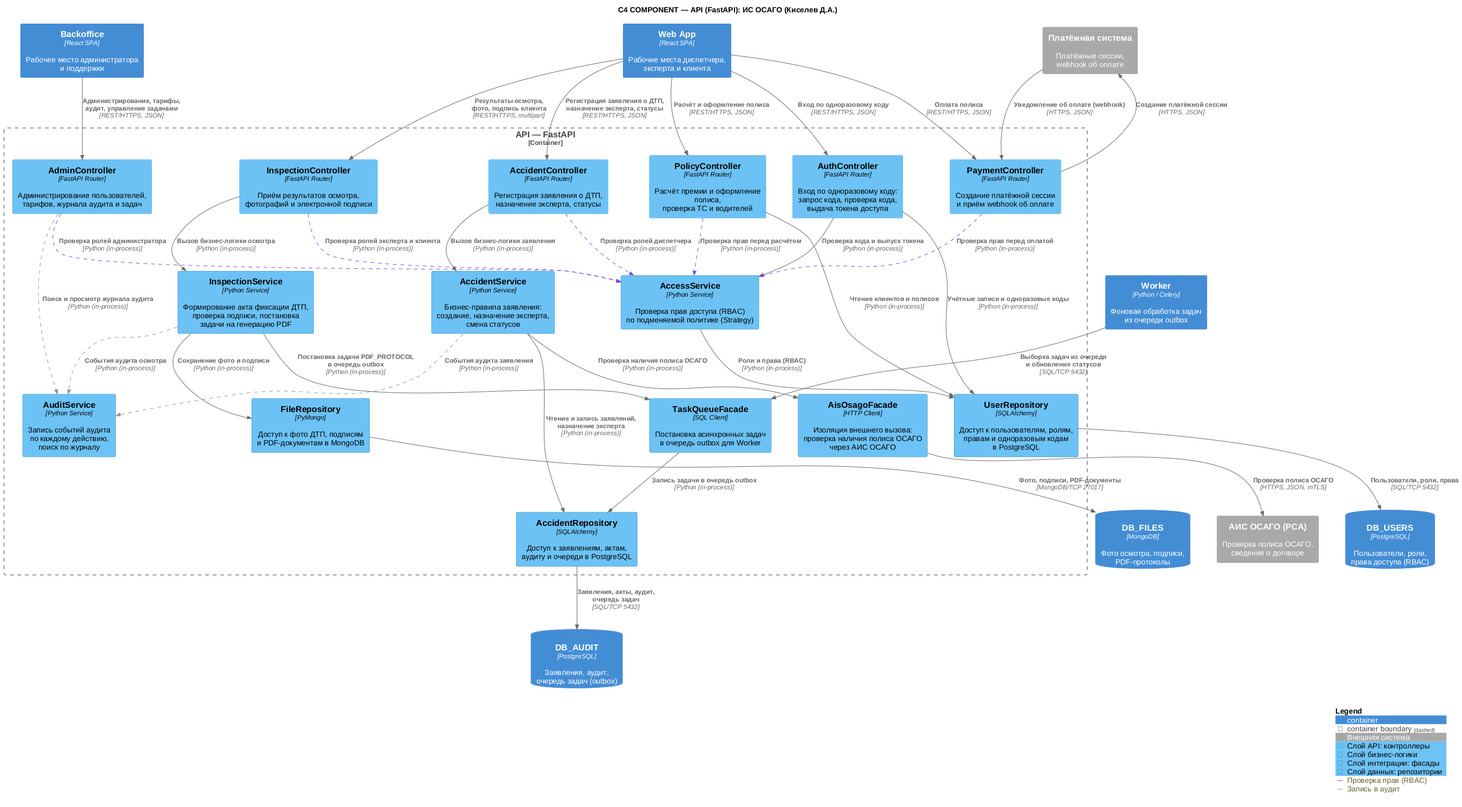
This is architecture/docs/images/kiselev_api/L3_component.png from ElectricLight-ELO/Insurance-system, a PlantUML export, as it was before one commit. Source of this version:
```plantuml
@startuml
!include ../core/C4_Component.puml

title C4 COMPONENT — API (FastAPI): ИС ОСАГО (Киселев Д.А.)

Container(web_app, "Web App", "React SPA", "Рабочие места диспетчера,\nэксперта и клиента")
Container(backoffice, "Backoffice", "React SPA", "Рабочее место администратора\nи поддержки")
Container(worker, "Worker", "Python / Celery", "Фоновая обработка задач\nиз очереди outbox")

Container_Boundary(api, "API — FastAPI") {

    Component(auth_comp, "AuthController", "FastAPI Router", "Вход по одноразовому коду:\nзапрос кода, проверка кода,\nвыдача токена доступа", $tags="layer_api")
    Component(access_comp, "AccessService", "Python Service", "Проверка прав доступа (RBAC)\nпо подменяемой политике (Strategy)", $tags="layer_service")
    Component(policy_comp, "PolicyController", "FastAPI Router", "Расчёт премии и оформление полиса,\nпроверка ТС и водителей", $tags="layer_api")
    Component(payment_comp, "PaymentController", "FastAPI Router", "Создание платёжной сессии\nи приём webhook об оплате", $tags="layer_api")
    Component(accident_comp, "AccidentController", "FastAPI Router", "Регистрация заявления о ДТП,\nназначение эксперта, статусы", $tags="layer_api")
    Component(inspection_comp, "InspectionController", "FastAPI Router", "Приём результатов осмотра,\nфотографий и электронной подписи", $tags="layer_api")
    Component(admin_comp, "AdminController", "FastAPI Router", "Администрирование пользователей,\nтарифов, журнала аудита и задач", $tags="layer_api")

    Component(claim_service, "AccidentService", "Python Service", "Бизнес-правила заявления:\nсоздание, назначение эксперта,\nсмена статусов", $tags="layer_service")
    Component(inspection_service, "InspectionService", "Python Service", "Формирование акта фиксации ДТП,\nпроверка подписи, постановка\nзадачи на генерацию PDF", $tags="layer_service")
    Component(audit_comp, "AuditService", "Python Service", "Запись событий аудита\nпо каждому действию,\nпоиск по журналу", $tags="layer_service")
    Component(task_queue_comp, "TaskQueueFacade", "SQL Client", "Постановка асинхронных задач\nв очередь outbox для Worker", $tags="layer_integration")
    Component(ais_gateway, "AisOsagoFacade", "HTTP Client", "Изоляция внешнего вызова:\nпроверка наличия полиса ОСАГО\nчерез АИС ОСАГО", $tags="layer_integration")

    Component(users_repo, "UserRepository", "SQLAlchemy", "Доступ к пользователям, ролям,\nправам и одноразовым кодам\nв PostgreSQL", $tags="layer_data")
    Component(claims_repo, "AccidentRepository", "SQLAlchemy", "Доступ к заявлениям, актам,\naудиту и очереди в PostgreSQL", $tags="layer_data")
    Component(files_repo, "FileRepository", "PyMongo", "Доступ к фото ДТП, подписям\nи PDF-документам в MongoDB", $tags="layer_data")
}

ContainerDb(db_users, "DB_USERS", "PostgreSQL", "Пользователи, роли,\nправа доступа (RBAC)")
ContainerDb(db_audit, "DB_AUDIT", "PostgreSQL", "Заявления, аудит,\nочередь задач (outbox)")
ContainerDb(db_files, "DB_FILES", "MongoDB", "Фото осмотра, подписи,\nPDF-протоколы")

System_Ext(ais_osago, "АИС ОСАГО (РСА)", "Проверка полиса ОСАГО,\nсведения о договоре", $tags="ext")
System_Ext(payment_sys, "Платёжная система", "Платёжные сессии,\nwebhook об оплате", $tags="ext")

Rel(web_app, auth_comp, "Вход по одноразовому коду", "REST/HTTPS, JSON")
Rel(web_app, policy_comp, "Расчёт и оформление полиса", "REST/HTTPS, JSON")
Rel(web_app, payment_comp, "Оплата полиса", "REST/HTTPS, JSON")
Rel(web_app, accident_comp, "Регистрация заявления о ДТП,\nназначение эксперта, статусы", "REST/HTTPS, JSON")
Rel(web_app, inspection_comp, "Результаты осмотра,\nфото, подпись клиента", "REST/HTTPS, multipart")
Rel(backoffice, admin_comp, "Администрирование, тарифы,\nаудит, управление задачами", "REST/HTTPS, JSON")

Rel(auth_comp, access_comp, "Проверка кода и выпуск токена", "Python (in-process)")
Rel(policy_comp, access_comp, "Проверка прав перед расчётом", "Python (in-process)", $tags="rbac")
Rel(payment_comp, access_comp, "Проверка прав перед оплатой", "Python (in-process)", $tags="rbac")
Rel(accident_comp, access_comp, "Проверка ролей диспетчера", "Python (in-process)", $tags="rbac")
Rel(inspection_comp, access_comp, "Проверка ролей эксперта и клиента", "Python (in-process)", $tags="rbac")
Rel(admin_comp, access_comp, "Проверка ролей администратора", "Python (in-process)", $tags="rbac")

Rel(accident_comp, claim_service, "Вызов бизнес-логики заявления", "Python (in-process)")
Rel(inspection_comp, inspection_service, "Вызов бизнес-логики осмотра", "Python (in-process)")
Rel(admin_comp, audit_comp, "Поиск и просмотр журнала аудита", "Python (in-process)", $tags="audit")

Rel(claim_service, ais_gateway, "Проверка наличия полиса ОСАГО", "Python (in-process)")
Rel(claim_service, claims_repo, "Чтение и запись заявлений,\nназначение эксперта", "Python (in-process)")
Rel(claim_service, audit_comp, "События аудита заявления", "Python (in-process)", $tags="audit")
Rel(inspection_service, files_repo, "Сохранение фото и подписи", "Python (in-process)")
Rel(inspection_service, task_queue_comp, "Постановка задачи PDF_PROTOCOL\nв очередь outbox", "Python (in-process)")
Rel(inspection_service, audit_comp, "События аудита осмотра", "Python (in-process)", $tags="audit")

Rel(auth_comp, users_repo, "Учётные записи и одноразовые коды", "Python (in-process)")
Rel(access_comp, users_repo, "Роли и права (RBAC)", "Python (in-process)")
Rel(policy_comp, users_repo, "Чтение клиентов и полисов", "Python (in-process)")
Rel(payment_comp, payment_sys, "Создание платёжной сессии", "HTTPS, JSON")
Rel(payment_sys, payment_comp, "Уведомление об оплате (webhook)", "HTTPS, JSON")
Rel(task_queue_comp, claims_repo, "Запись задачи в очередь outbox", "Python (in-process)")

Rel(claims_repo, db_audit, "Заявления, акты, аудит,\nочередь задач", "SQL/TCP 5432")
Rel(users_repo, db_users, "Пользователи, роли, права", "SQL/TCP 5432")
Rel(files_repo, db_files, "Фото, подписи, PDF-документы", "MongoDB/TCP 27017")
Rel(ais_gateway, ais_osago, "Проверка полиса ОСАГО", "HTTPS, JSON, mTLS")
Rel(worker, task_queue_comp, "Выборка задач из очереди\nи обновление статусов", "SQL/TCP 5432")

SHOW_LEGEND()
@enduml
```
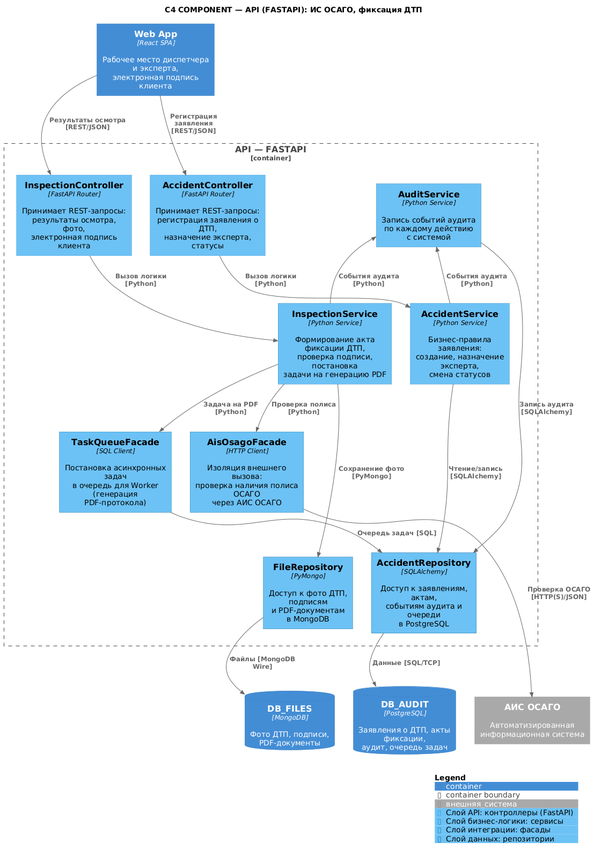
The same file after the commit.

Diff of the diagram source:
```diff
@@ -1,77 +1,103 @@
 @startuml
-!include ../core/C4_Component.puml
+!include https://raw.githubusercontent.com/plantuml-stdlib/C4-PlantUML/master/C4_Component.puml
 
-title C4 COMPONENT — API (FastAPI): ИС ОСАГО (Киселев Д.А.)
+title C4 COMPONENT — API (FASTAPI): ИС ОСАГО, фиксация ДТП
 
-Container(web_app, "Web App", "React SPA", "Рабочие места диспетчера,\nэксперта и клиента")
-Container(backoffice, "Backoffice", "React SPA", "Рабочее место администратора\nи поддержки")
-Container(worker, "Worker", "Python / Celery", "Фоновая обработка задач\nиз очереди outbox")
+AddSystemTag("внешняя_система", $bgColor="#A9A9A9", $borderColor="#8A8A8A", $fontColor="#FFFFFF")
 
-Container_Boundary(api, "API — FastAPI") {
+AddComponentTag("api", $bgColor="#6cc2f5", $borderColor="#3A9BD8", $fontColor="#000000", $legendText="Слой API: контроллеры (FastAPI)")
+AddComponentTag("service", $bgColor="#6cc2f5", $borderColor="#2E86C1", $fontColor="#000000", $legendText="Слой бизнес-логики: сервисы")
+AddComponentTag("integration", $bgColor="#6cc2f5", $borderColor="#247FB0", $fontColor="#000000", $legendText="Слой интеграции: фасады")
+AddComponentTag("data", $bgColor="#6cc2f5", $borderColor="#1B6E9C", $fontColor="#000000", $legendText="Слой данных: репозитории")
 
-    Component(auth_comp, "AuthController", "FastAPI Router", "Вход по одноразовому коду:\nзапрос кода, проверка кода,\nвыдача токена доступа", $tags="layer_api")
-    Component(access_comp, "AccessService", "Python Service", "Проверка прав доступа (RBAC)\nпо подменяемой политике (Strategy)", $tags="layer_service")
-    Component(policy_comp, "PolicyController", "FastAPI Router", "Расчёт премии и оформление полиса,\nпроверка ТС и водителей", $tags="layer_api")
-    Component(payment_comp, "PaymentController", "FastAPI Router", "Создание платёжной сессии\nи приём webhook об оплате", $tags="layer_api")
-    Component(accident_comp, "AccidentController", "FastAPI Router", "Регистрация заявления о ДТП,\nназначение эксперта, статусы", $tags="layer_api")
-    Component(inspection_comp, "InspectionController", "FastAPI Router", "Приём результатов осмотра,\nфотографий и электронной подписи", $tags="layer_api")
-    Component(admin_comp, "AdminController", "FastAPI Router", "Администрирование пользователей,\nтарифов, журнала аудита и задач", $tags="layer_api")
+Container(web_app, "Web App", "React SPA", "Рабочее место диспетчера и эксперта,\nэлектронная подпись клиента")
 
-    Component(claim_service, "AccidentService", "Python Service", "Бизнес-правила заявления:\nсоздание, назначение эксперта,\nсмена статусов", $tags="layer_service")
-    Component(inspection_service, "InspectionService", "Python Service", "Формирование акта фиксации ДТП,\nпроверка подписи, постановка\nзадачи на генерацию PDF", $tags="layer_service")
-    Component(audit_comp, "AuditService", "Python Service", "Запись событий аудита\nпо каждому действию,\nпоиск по журналу", $tags="layer_service")
-    Component(task_queue_comp, "TaskQueueFacade", "SQL Client", "Постановка асинхронных задач\nв очередь outbox для Worker", $tags="layer_integration")
-    Component(ais_gateway, "AisOsagoFacade", "HTTP Client", "Изоляция внешнего вызова:\nпроверка наличия полиса ОСАГО\nчерез АИС ОСАГО", $tags="layer_integration")
+Container_Boundary(api, "API — FASTAPI") {
 
-    Component(users_repo, "UserRepository", "SQLAlchemy", "Доступ к пользователям, ролям,\nправам и одноразовым кодам\nв PostgreSQL", $tags="layer_data")
-    Component(claims_repo, "AccidentRepository", "SQLAlchemy", "Доступ к заявлениям, актам,\naудиту и очереди в PostgreSQL", $tags="layer_data")
-    Component(files_repo, "FileRepository", "PyMongo", "Доступ к фото ДТП, подписям\nи PDF-документам в MongoDB", $tags="layer_data")
+    together {
+        Component(c_insp, "InspectionController", "FastAPI Router", "Принимает REST-запросы:\nрезультаты осмотра, фото,\nэлектронная подпись клиента", $tags="api")
+        Component(c_acc, "AccidentController", "FastAPI Router", "Принимает REST-запросы:\nрегистрация заявления о ДТП,\nназначение эксперта, статусы", $tags="api")
+    }
+
+    together {
+        Component(s_audit, "AuditService", "Python Service", "Запись событий аудита\nпо каждому действию\nс системой", $tags="service")
+        Component(s_insp, "InspectionService", "Python Service", "Формирование акта фиксации ДТП,\nпроверка подписи, постановка\nзадачи на генерацию PDF", $tags="service")
+        Component(s_acc, "AccidentService", "Python Service", "Бизнес-правила заявления:\nсоздание, назначение эксперта,\nсмена статусов", $tags="service")
+    }
+
+    together {
+        Component(f_task, "TaskQueueFacade", "SQL Client", "Постановка асинхронных задач\nв очередь для Worker\n(генерация PDF-протокола)", $tags="integration")
+        Component(f_ais, "AisOsagoFacade", "HTTP Client", "Изоляция внешнего вызова:\nпроверка наличия полиса ОСАГО\nчерез АИС ОСАГО", $tags="integration")
+    }
+
+    together {
+        Component(r_acc, "AccidentRepository", "SQLAlchemy", "Доступ к заявлениям, актам,\nсобытиям аудита и очереди\nв PostgreSQL", $tags="data")
+        Component(r_file, "FileRepository", "PyMongo", "Доступ к фото ДТП, подписям\nи PDF-документам\nв MongoDB", $tags="data")
+    }
 }
 
-ContainerDb(db_users, "DB_USERS", "PostgreSQL", "Пользователи, роли,\nправа доступа (RBAC)")
-ContainerDb(db_audit, "DB_AUDIT", "PostgreSQL", "Заявления, аудит,\nочередь задач (outbox)")
-ContainerDb(db_files, "DB_FILES", "MongoDB", "Фото осмотра, подписи,\nPDF-протоколы")
+together {
+    ContainerDb(db_audit, "DB_AUDIT", "PostgreSQL", "Заявления о ДТП, акты фиксации,\nаудит, очередь задач")
+    ContainerDb(db_files, "DB_FILES", "MongoDB", "Фото ДТП, подписи,\nPDF-документы")
+}
+together {
+    System_Ext(ais_osago, "АИС ОСАГО", "Автоматизированная информационная система", $tags="внешняя_система")
+}
 
-System_Ext(ais_osago, "АИС ОСАГО (РСА)", "Проверка полиса ОСАГО,\nсведения о договоре", $tags="ext")
-System_Ext(payment_sys, "Платёжная система", "Платёжные сессии,\nwebhook об оплате", $tags="ext")
 
-Rel(web_app, auth_comp, "Вход по одноразовому коду", "REST/HTTPS, JSON")
-Rel(web_app, policy_comp, "Расчёт и оформление полиса", "REST/HTTPS, JSON")
-Rel(web_app, payment_comp, "Оплата полиса", "REST/HTTPS, JSON")
-Rel(web_app, accident_comp, "Регистрация заявления о ДТП,\nназначение эксперта, статусы", "REST/HTTPS, JSON")
-Rel(web_app, inspection_comp, "Результаты осмотра,\nфото, подпись клиента", "REST/HTTPS, multipart")
-Rel(backoffice, admin_comp, "Администрирование, тарифы,\nаудит, управление задачами", "REST/HTTPS, JSON")
+Rel(web_app, c_insp, "Результаты осмотра [REST/JSON]")
+Rel(web_app, c_acc, "Регистрация заявления [REST/JSON]")
 
-Rel(auth_comp, access_comp, "Проверка кода и выпуск токена", "Python (in-process)")
-Rel(policy_comp, access_comp, "Проверка прав перед расчётом", "Python (in-process)", $tags="rbac")
-Rel(payment_comp, access_comp, "Проверка прав перед оплатой", "Python (in-process)", $tags="rbac")
-Rel(accident_comp, access_comp, "Проверка ролей диспетчера", "Python (in-process)", $tags="rbac")
-Rel(inspection_comp, access_comp, "Проверка ролей эксперта и клиента", "Python (in-process)", $tags="rbac")
-Rel(admin_comp, access_comp, "Проверка ролей администратора", "Python (in-process)", $tags="rbac")
+Rel(c_insp, s_insp, "Вызов логики [Python]")
+Rel(c_acc, s_acc, "Вызов логики [Python]")
 
-Rel(accident_comp, claim_service, "Вызов бизнес-логики заявления", "Python (in-process)")
-Rel(inspection_comp, inspection_service, "Вызов бизнес-логики осмотра", "Python (in-process)")
-Rel(admin_comp, audit_comp, "Поиск и просмотр журнала аудита", "Python (in-process)", $tags="audit")
+Rel(s_insp, s_audit, "События аудита [Python]")
+Rel(s_acc, s_audit, "События аудита [Python]")
 
-Rel(claim_service, ais_gateway, "Проверка наличия полиса ОСАГО", "Python (in-process)")
-Rel(claim_service, claims_repo, "Чтение и запись заявлений,\nназначение эксперта", "Python (in-process)")
-Rel(claim_service, audit_comp, "События аудита заявления", "Python (in-process)", $tags="audit")
-Rel(inspection_service, files_repo, "Сохранение фото и подписи", "Python (in-process)")
-Rel(inspection_service, task_queue_comp, "Постановка задачи PDF_PROTOCOL\nв очередь outbox", "Python (in-process)")
-Rel(inspection_service, audit_comp, "События аудита осмотра", "Python (in-process)", $tags="audit")
+Rel(s_insp, f_task, "Задача на PDF [Python]")
+Rel(s_insp, f_ais, "Проверка полиса [Python]")
 
-Rel(auth_comp, users_repo, "Учётные записи и одноразовые коды", "Python (in-process)")
-Rel(access_comp, users_repo, "Роли и права (RBAC)", "Python (in-process)")
-Rel(policy_comp, users_repo, "Чтение клиентов и полисов", "Python (in-process)")
-Rel(payment_comp, payment_sys, "Создание платёжной сессии", "HTTPS, JSON")
-Rel(payment_sys, payment_comp, "Уведомление об оплате (webhook)", "HTTPS, JSON")
-Rel(task_queue_comp, claims_repo, "Запись задачи в очередь outbox", "Python (in-process)")
+Rel(s_acc, r_acc, "Чтение/запись [SQLAlchemy]")
+Rel(s_insp, r_file, "Сохранение фото [PyMongo]")
+Rel(s_audit, r_acc, "Запись аудита [SQLAlchemy]")
 
-Rel(claims_repo, db_audit, "Заявления, акты, аудит,\nочередь задач", "SQL/TCP 5432")
-Rel(users_repo, db_users, "Пользователи, роли, права", "SQL/TCP 5432")
-Rel(files_repo, db_files, "Фото, подписи, PDF-документы", "MongoDB/TCP 27017")
-Rel(ais_gateway, ais_osago, "Проверка полиса ОСАГО", "HTTPS, JSON, mTLS")
-Rel(worker, task_queue_comp, "Выборка задач из очереди\nи обновление статусов", "SQL/TCP 5432")
+Rel(f_task, r_acc, "Очередь задач [SQL]")
+
+Rel(r_acc, db_audit, "Данные [SQL/TCP]")
+Rel(r_file, db_files, "Файлы [MongoDB Wire]")
+
+Rel(f_ais, ais_osago, "Проверка ОСАГО [HTTP(S)/JSON]")
+
+
+c_insp -[hidden]right- c_acc
+
+s_audit -[hidden]right- s_insp
+s_insp -[hidden]right- s_acc
+
+f_task -[hidden]right- f_ais
+
+
+r_acc -[hidden]right- r_file
+
+db_audit -[hidden]right- db_files
+db_files -[hidden]right- ais_osago
+
+
+c_insp -[hidden]down- s_insp
+c_acc -[hidden]down- s_acc
+
+s_insp -[hidden]down- f_task
+s_acc -[hidden]down- f_ais
+
+f_task -[hidden]down- r_acc
+f_ais -[hidden]down- r_file
+
+r_acc -[hidden]down- db_audit
+r_file -[hidden]down- db_files
+
+web_app -[hidden]down- c_insp
+web_app -[hidden]down- c_acc
 
 SHOW_LEGEND()
+
 @enduml
```
